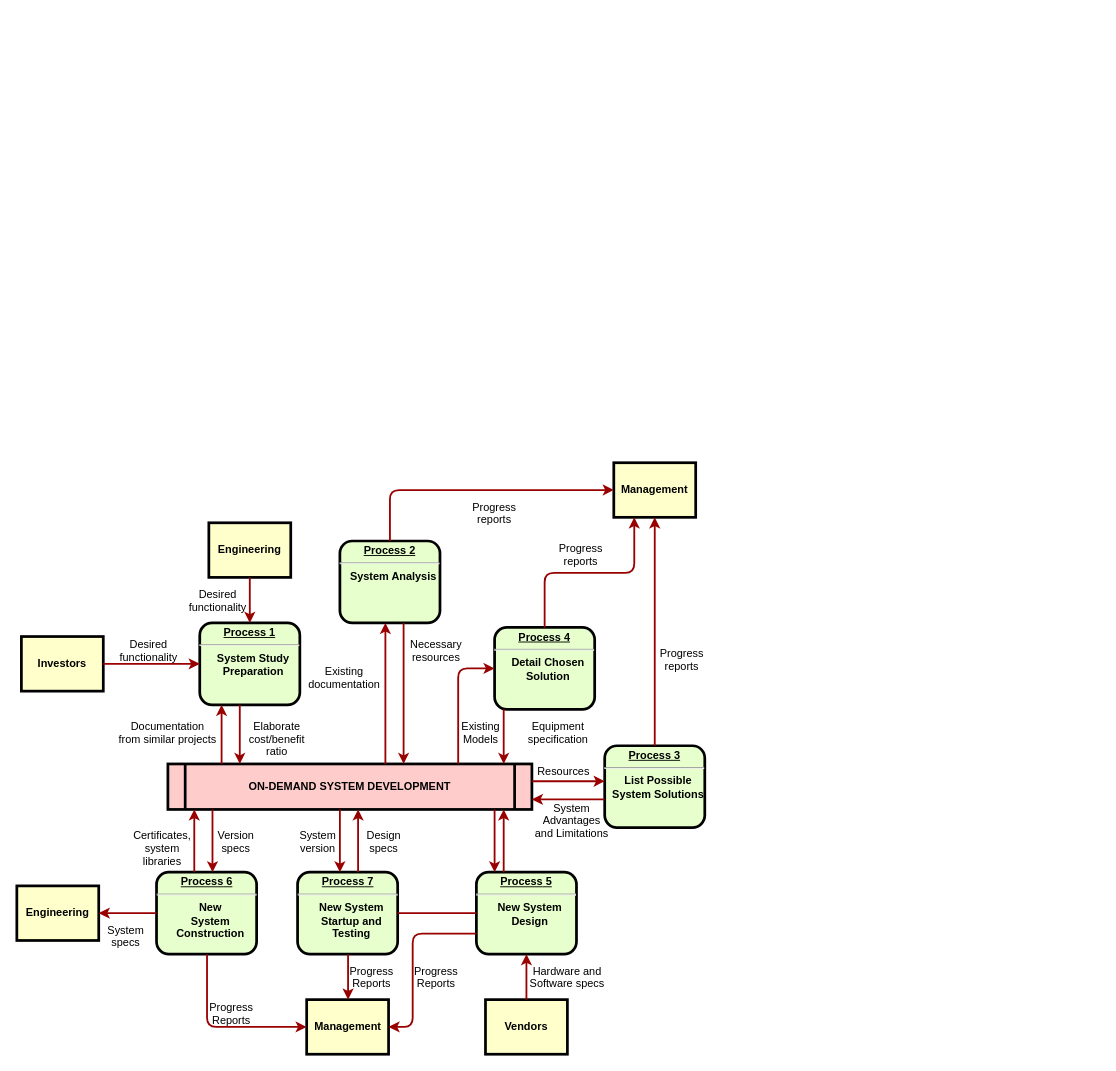
Above: AI_for_Engineering.drawio in lukas0173/Draw.io (draw.io), before the change. Source tidied: cells renumbered, new cells numbered last; positions are measured from the earlier drawing's top-left corner, leaving out a move shared by most shapes. Both pictures are drawn from the tidied source at 91%, with x=0, y=0 at pixel (16, 462).
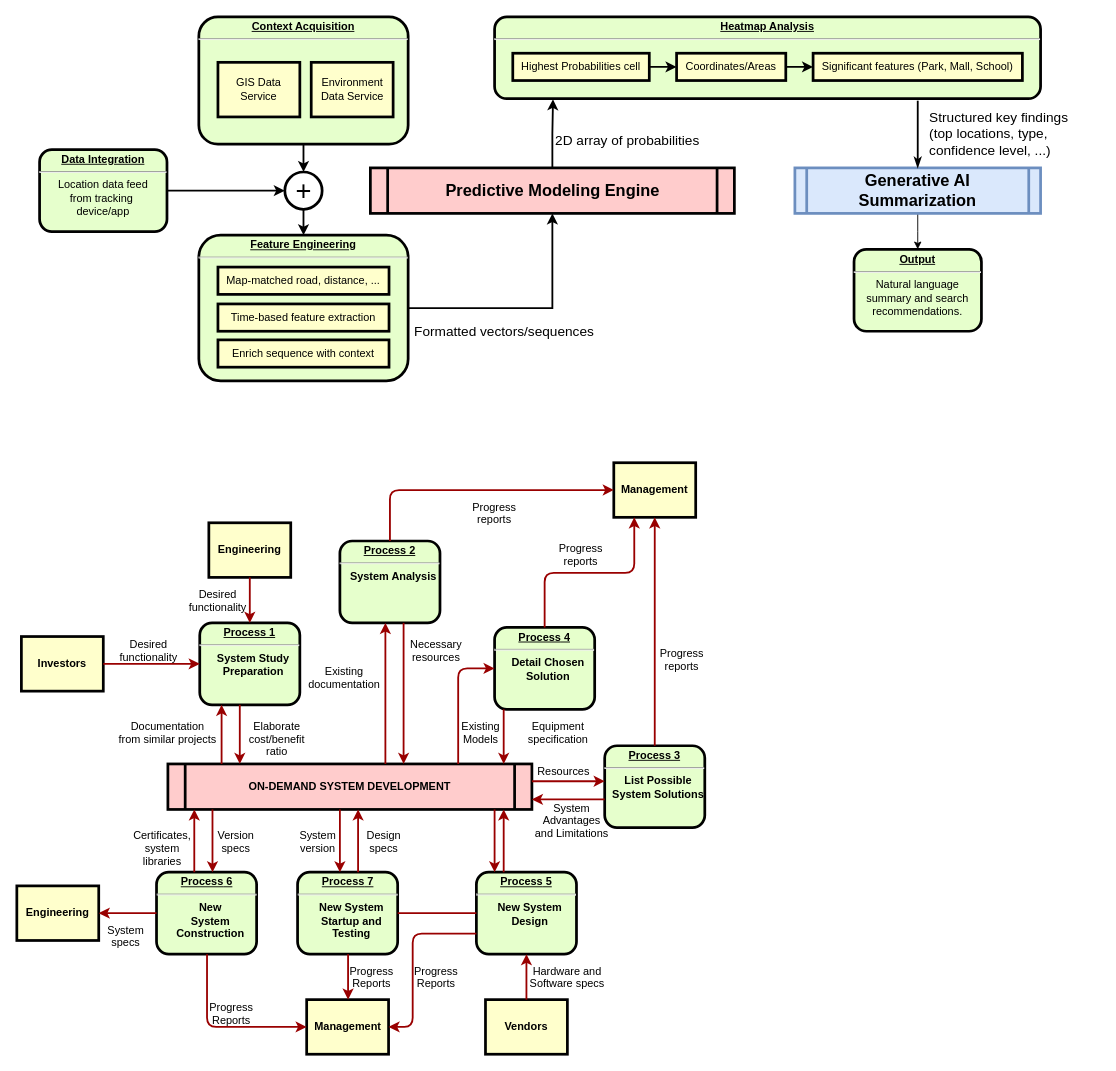
After the change.

Diff of the diagram source:
```diff
@@
+    <mxCell id="63" style="edgeStyle=orthogonalEdgeStyle;rounded=0;jettySize=auto;html=1;entryX=0;entryY=0.5;entryDx=0;entryDy=0;strokeWidth=2;" parent="1" edge="1" source="64" target="70">
+      <mxGeometry relative="1" as="geometry" />
+    </mxCell>
+    <mxCell id="64" value="&lt;p style=&quot;margin: 0px; margin-top: 4px; text-align: center; text-decoration: underline;&quot;&gt;&lt;strong&gt;Data Integration&lt;/strong&gt;&lt;/p&gt;&lt;hr&gt;&lt;p style=&quot;margin: 0px;&quot;&gt;&lt;span style=&quot;font-weight: normal;&quot;&gt;Location data feed&lt;/span&gt;&lt;/p&gt;&lt;p style=&quot;margin: 0px;&quot;&gt;&lt;span style=&quot;font-weight: normal;&quot;&gt;from&amp;nbsp;&lt;/span&gt;&lt;span style=&quot;background-color: transparent; color: light-dark(rgb(0, 0, 0), rgb(255, 255, 255)); font-weight: normal;&quot;&gt;tracking&amp;nbsp;&lt;/span&gt;&lt;/p&gt;&lt;p style=&quot;margin: 0px;&quot;&gt;&lt;span style=&quot;background-color: transparent; color: light-dark(rgb(0, 0, 0), rgb(255, 255, 255)); font-weight: normal;&quot;&gt;device/app&lt;/span&gt;&lt;/p&gt;" style="verticalAlign=middle;align=center;overflow=fill;fontSize=12;fontFamily=Helvetica;html=1;rounded=1;fontStyle=1;strokeWidth=3;fillColor=#E6FFCC;" parent="1" vertex="1">
+      <mxGeometry x="25" y="-344" width="140" height="90" as="geometry" />
+    </mxCell>
+    <mxCell id="65" style="edgeStyle=orthogonalEdgeStyle;rounded=0;jettySize=auto;html=1;entryX=0.5;entryY=0;entryDx=0;entryDy=0;strokeWidth=2;" parent="1" edge="1" source="66" target="70">
+      <mxGeometry relative="1" as="geometry" />
+    </mxCell>
+    <mxCell id="66" value="&lt;p style=&quot;margin: 0px; margin-top: 4px; text-align: center; text-decoration: underline;&quot;&gt;&lt;strong&gt;Context Acquisition&lt;/strong&gt;&lt;/p&gt;&lt;hr&gt;&lt;p style=&quot;margin: 0px;&quot;&gt;&lt;br&gt;&lt;/p&gt;" style="verticalAlign=middle;align=center;overflow=fill;fontSize=12;fontFamily=Helvetica;html=1;rounded=1;fontStyle=1;strokeWidth=3;fillColor=#E6FFCC;" parent="1" vertex="1">
+      <mxGeometry x="200" y="-490" width="230" height="140" as="geometry" />
+    </mxCell>
+    <mxCell id="67" value="GIS Data Service" style="whiteSpace=wrap;align=center;verticalAlign=middle;fontStyle=0;strokeWidth=3;fillColor=#FFFFCC;" parent="1" vertex="1">
+      <mxGeometry x="221" y="-440" width="90" height="60" as="geometry" />
+    </mxCell>
+    <mxCell id="68" value="Environment Data Service" style="whiteSpace=wrap;align=center;verticalAlign=middle;fontStyle=0;strokeWidth=3;fillColor=#FFFFCC;" parent="1" vertex="1">
+      <mxGeometry x="323.5" y="-440" width="90" height="60" as="geometry" />
+    </mxCell>
+    <mxCell id="69" style="edgeStyle=orthogonalEdgeStyle;rounded=0;jettySize=auto;html=1;entryX=0.5;entryY=0;entryDx=0;entryDy=0;strokeWidth=2;" parent="1" edge="1" source="70" target="72">
+      <mxGeometry relative="1" as="geometry" />
+    </mxCell>
+    <mxCell id="70" value="+" style="ellipse;whiteSpace=wrap;html=1;strokeWidth=3;fontSize=30;" parent="1" vertex="1">
+      <mxGeometry x="294.5" y="-319.5" width="41" height="41" as="geometry" />
+    </mxCell>
+    <mxCell id="71" style="edgeStyle=orthogonalEdgeStyle;rounded=0;jettySize=auto;html=1;exitX=1;exitY=0.5;exitDx=0;exitDy=0;entryX=0.5;entryY=1;entryDx=0;entryDy=0;strokeWidth=2;" parent="1" edge="1" source="72" target="76">
+      <mxGeometry relative="1" as="geometry" />
+    </mxCell>
+    <mxCell id="72" value="&lt;p style=&quot;margin: 0px; margin-top: 4px; text-align: center; text-decoration: underline;&quot;&gt;Feature Engineering&lt;/p&gt;&lt;hr&gt;&lt;p style=&quot;margin: 0px;&quot;&gt;&lt;br&gt;&lt;/p&gt;" style="verticalAlign=middle;align=center;overflow=fill;fontSize=12;fontFamily=Helvetica;html=1;rounded=1;fontStyle=1;strokeWidth=3;fillColor=#E6FFCC;" parent="1" vertex="1">
+      <mxGeometry x="200" y="-250" width="230" height="160" as="geometry" />
+    </mxCell>
+    <mxCell id="73" value="Map-matched road, distance, ..." style="whiteSpace=wrap;align=center;verticalAlign=middle;fontStyle=0;strokeWidth=3;fillColor=#FFFFCC;" parent="1" vertex="1">
+      <mxGeometry x="221" y="-215" width="188" height="30" as="geometry" />
+    </mxCell>
+    <mxCell id="74" value="Time-based feature extraction" style="whiteSpace=wrap;align=center;verticalAlign=middle;fontStyle=0;strokeWidth=3;fillColor=#FFFFCC;" parent="1" vertex="1">
+      <mxGeometry x="221" y="-174.5" width="188" height="30" as="geometry" />
+    </mxCell>
+    <mxCell id="75" value="Enrich sequence with context" style="whiteSpace=wrap;align=center;verticalAlign=middle;fontStyle=0;strokeWidth=3;fillColor=#FFFFCC;" parent="1" vertex="1">
+      <mxGeometry x="221" y="-135" width="188" height="30" as="geometry" />
+    </mxCell>
+    <mxCell id="76" value="Predictive Modeling Engine" style="shape=process;whiteSpace=wrap;align=center;verticalAlign=middle;size=0.0475;fontStyle=1;strokeWidth=3;fillColor=#FFCCCC;fontSize=18;" parent="1" vertex="1">
+      <mxGeometry x="388.5" y="-324" width="400" height="50" as="geometry" />
+    </mxCell>
+    <mxCell id="77" value="Formatted vectors/sequences" style="text;whiteSpace=wrap;fontSize=15;" parent="1" vertex="1">
+      <mxGeometry x="435" y="-160" width="230" height="40" as="geometry" />
+    </mxCell>
+    <mxCell id="78" value="&lt;p style=&quot;margin: 0px; margin-top: 4px; text-align: center; text-decoration: underline;&quot;&gt;Heatmap Analysis&lt;/p&gt;&lt;hr&gt;&lt;p style=&quot;margin: 0px;&quot;&gt;&lt;br&gt;&lt;/p&gt;" style="verticalAlign=middle;align=center;overflow=fill;fontSize=12;fontFamily=Helvetica;html=1;rounded=1;fontStyle=1;strokeWidth=3;fillColor=#E6FFCC;" parent="1" vertex="1">
+      <mxGeometry x="525" y="-490" width="600" height="90" as="geometry" />
+    </mxCell>
+    <mxCell id="79" style="edgeStyle=orthogonalEdgeStyle;rounded=0;jettySize=auto;html=1;entryX=0;entryY=0.5;entryDx=0;entryDy=0;strokeWidth=2;" parent="1" edge="1" source="80" target="82">
+      <mxGeometry relative="1" as="geometry" />
+    </mxCell>
+    <mxCell id="80" value="Highest Probabilities cell" style="whiteSpace=wrap;align=center;verticalAlign=middle;fontStyle=0;strokeWidth=3;fillColor=#FFFFCC;" parent="1" vertex="1">
+      <mxGeometry x="545" y="-450" width="150" height="30" as="geometry" />
+    </mxCell>
+    <mxCell id="81" style="edgeStyle=orthogonalEdgeStyle;rounded=0;jettySize=auto;html=1;strokeWidth=2;" parent="1" edge="1" source="82" target="84">
+      <mxGeometry relative="1" as="geometry" />
+    </mxCell>
+    <mxCell id="82" value="Coordinates/Areas" style="whiteSpace=wrap;align=center;verticalAlign=middle;fontStyle=0;strokeWidth=3;fillColor=#FFFFCC;" parent="1" vertex="1">
+      <mxGeometry x="725" y="-450" width="120" height="30" as="geometry" />
+    </mxCell>
+    <mxCell id="83" value="2D array of probabilities" style="text;whiteSpace=wrap;fontSize=15;" parent="1" vertex="1">
+      <mxGeometry x="590" y="-370" width="189" height="40" as="geometry" />
+    </mxCell>
+    <mxCell id="84" value="Significant features (Park, Mall, School)" style="whiteSpace=wrap;align=center;verticalAlign=middle;fontStyle=0;strokeWidth=3;fillColor=#FFFFCC;" parent="1" vertex="1">
+      <mxGeometry x="875" y="-450" width="230" height="30" as="geometry" />
+    </mxCell>
+    <mxCell id="85" style="edgeStyle=orthogonalEdgeStyle;rounded=0;jettySize=auto;html=1;entryX=0.107;entryY=1.007;entryDx=0;entryDy=0;entryPerimeter=0;strokeWidth=2;" parent="1" edge="1" source="76" target="78">
+      <mxGeometry relative="1" as="geometry" />
+    </mxCell>
+    <mxCell id="86" style="edgeStyle=orthogonalEdgeStyle;rounded=0;jettySize=auto;html=1;" parent="1" edge="1" source="87" target="89">
+      <mxGeometry relative="1" as="geometry" />
+    </mxCell>
+    <mxCell id="87" value="Generative AI Summarization" style="shape=process;whiteSpace=wrap;align=center;verticalAlign=middle;size=0.0475;fontStyle=1;strokeWidth=3;fillColor=#dae8fc;fontSize=18;strokeColor=#6c8ebf;" parent="1" vertex="1">
+      <mxGeometry x="855" y="-324" width="270" height="50" as="geometry" />
+    </mxCell>
+    <mxCell id="88" style="edgeStyle=orthogonalEdgeStyle;rounded=0;jettySize=auto;html=1;entryX=0.775;entryY=1.024;entryDx=0;entryDy=0;entryPerimeter=0;startArrow=classicThin;startFill=1;endArrow=none;strokeWidth=2;" parent="1" edge="1" source="87" target="78">
+      <mxGeometry relative="1" as="geometry" />
+    </mxCell>
+    <mxCell id="89" value="&lt;p style=&quot;margin: 0px; margin-top: 4px; text-align: center; text-decoration: underline;&quot;&gt;Output&lt;/p&gt;&lt;hr&gt;&lt;p style=&quot;margin: 0px;&quot;&gt;&lt;span style=&quot;font-weight: 400;&quot;&gt;Natural language&lt;/span&gt;&lt;/p&gt;&lt;p style=&quot;margin: 0px;&quot;&gt;&lt;span style=&quot;font-weight: 400;&quot;&gt;summary and search&lt;/span&gt;&lt;/p&gt;&lt;p style=&quot;margin: 0px;&quot;&gt;&lt;span style=&quot;font-weight: 400;&quot;&gt;recommendations.&lt;/span&gt;&lt;/p&gt;" style="verticalAlign=middle;align=center;overflow=fill;fontSize=12;fontFamily=Helvetica;html=1;rounded=1;fontStyle=1;strokeWidth=3;fillColor=#E6FFCC;" parent="1" vertex="1">
+      <mxGeometry x="920" y="-234.5" width="140" height="90" as="geometry" />
+    </mxCell>
+    <mxCell id="90" value="Structured key findings&#10;(top locations, type, confidence level, ...)" style="text;whiteSpace=wrap;fontSize=15;" parent="1" vertex="1">
+      <mxGeometry x="1001" y="-395" width="189" height="60" as="geometry" />
+    </mxCell>
```
